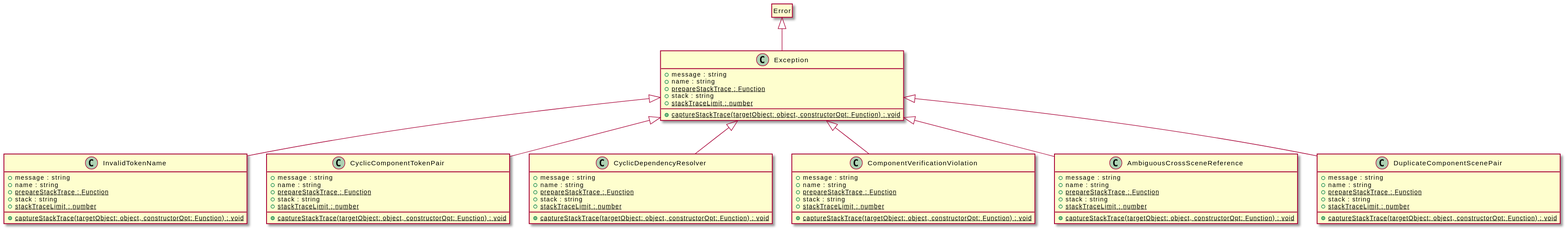
Before: assets/Exception-umlClassDiagram-3.svg, a diagram exported from PlantUML (zorse-lang/adk). Source of this version:
```plantuml
@startuml
skinparam BackgroundColor transparent
hide empty methods
hide empty fields
class "Exception" {
    +message : string
    +name : string
    {static} +prepareStackTrace : Function
    +stack : string
    {static} +stackTraceLimit : number
    {static} +captureStackTrace(targetObject: object, constructorOpt: Function) : void
}
class "Error"
hide "Error" circle
"Error" <|-- "Exception"
class "InvalidTokenName" {
    +message : string
    +name : string
    {static} +prepareStackTrace : Function
    +stack : string
    {static} +stackTraceLimit : number
    {static} +captureStackTrace(targetObject: object, constructorOpt: Function) : void
}
"Exception" <|-- "InvalidTokenName"
class "CyclicComponentTokenPair" {
    +message : string
    +name : string
    {static} +prepareStackTrace : Function
    +stack : string
    {static} +stackTraceLimit : number
    {static} +captureStackTrace(targetObject: object, constructorOpt: Function) : void
}
"Exception" <|-- "CyclicComponentTokenPair"
class "CyclicDependencyResolver" {
    +message : string
    +name : string
    {static} +prepareStackTrace : Function
    +stack : string
    {static} +stackTraceLimit : number
    {static} +captureStackTrace(targetObject: object, constructorOpt: Function) : void
}
"Exception" <|-- "CyclicDependencyResolver"
class "ComponentVerificationViolation" {
    +message : string
    +name : string
    {static} +prepareStackTrace : Function
    +stack : string
    {static} +stackTraceLimit : number
    {static} +captureStackTrace(targetObject: object, constructorOpt: Function) : void
}
"Exception" <|-- "ComponentVerificationViolation"
class "AmbiguousCrossSceneReference" {
    +message : string
    +name : string
    {static} +prepareStackTrace : Function
    +stack : string
    {static} +stackTraceLimit : number
    {static} +captureStackTrace(targetObject: object, constructorOpt: Function) : void
}
"Exception" <|-- "AmbiguousCrossSceneReference"
class "DuplicateComponentScenePair" {
    +message : string
    +name : string
    {static} +prepareStackTrace : Function
    +stack : string
    {static} +stackTraceLimit : number
    {static} +captureStackTrace(targetObject: object, constructorOpt: Function) : void
}
"Exception" <|-- "DuplicateComponentScenePair"
@enduml
```
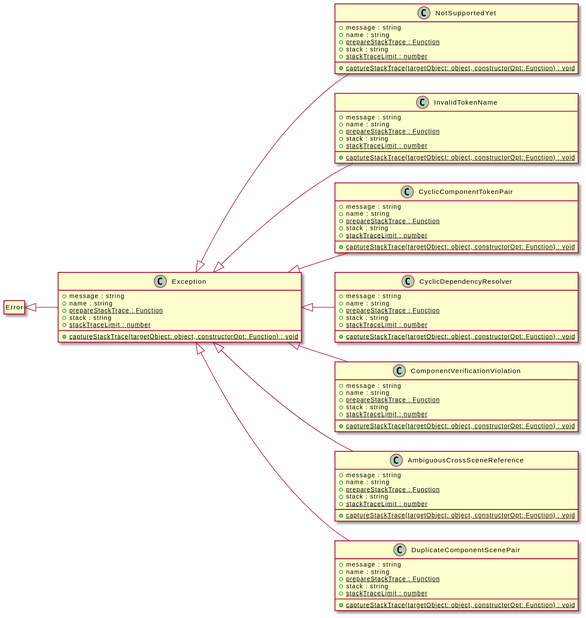
The same diagram one commit later.

Change to the diagram source:
```diff
@@ -1,5 +1,6 @@
 @startuml
 skinparam BackgroundColor transparent
+left to right direction
 hide empty methods
 hide empty fields
 class "Exception" {
@@ -13,6 +14,15 @@
 class "Error"
 hide "Error" circle
 "Error" <|-- "Exception"
+class "NotSupportedYet" {
+    +message : string
+    +name : string
+    {static} +prepareStackTrace : Function
+    +stack : string
+    {static} +stackTraceLimit : number
+    {static} +captureStackTrace(targetObject: object, constructorOpt: Function) : void
+}
+"Exception" <|-- "NotSupportedYet"
 class "InvalidTokenName" {
     +message : string
     +name : string
```
